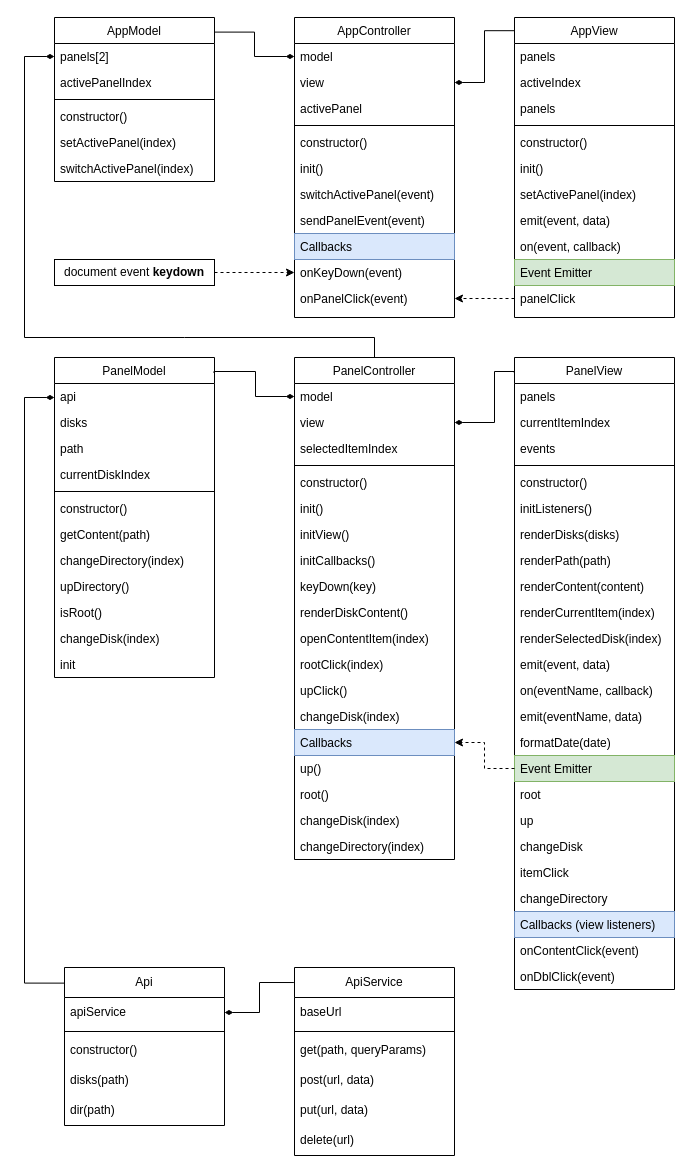
Nikolas321654/Hooli_Commander keeps this draw.io diagram as UML/HooliCommander.drawio. Above is the earlier version. Source tidied: cells renumbered, new cells numbered last; positions are measured from the earlier drawing's top-left corner, leaving out a move shared by most shapes. Both pictures are drawn from the tidied source at 100%, with x=0, y=0 at pixel (24, 17).
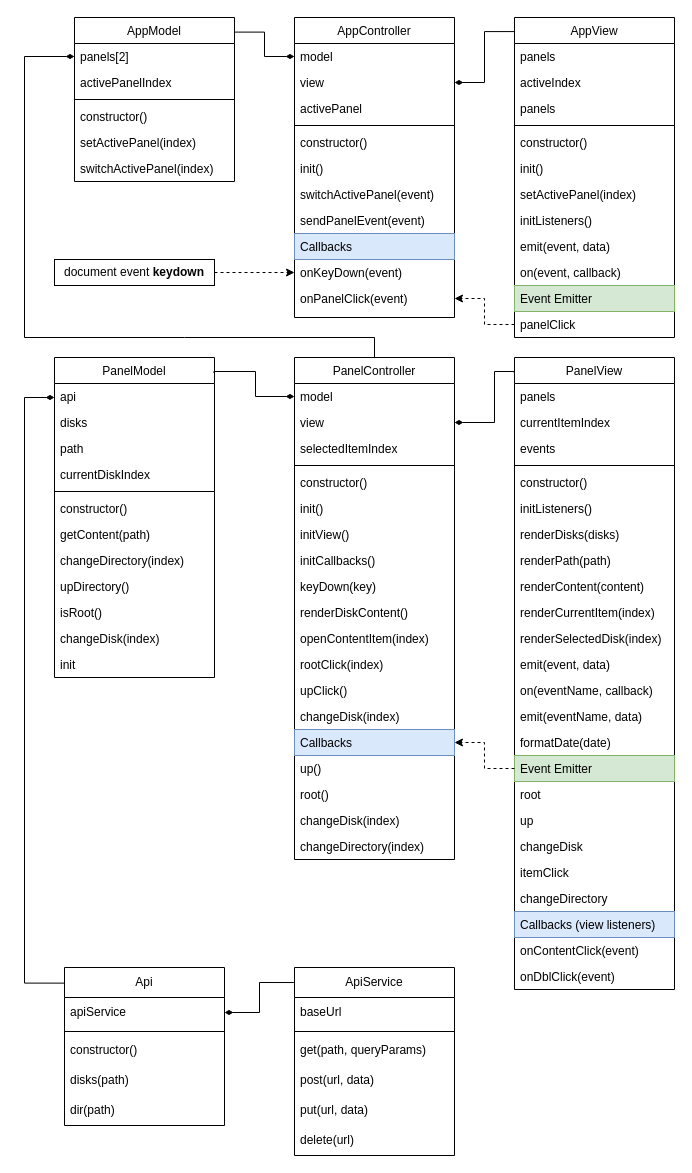
After the change.

Diff of the diagram source:
```diff
@@
     <mxCell id="14" value="AppView" style="swimlane;fontStyle=0;align=center;verticalAlign=top;horizontal=1;startSize=26;rounded=0;shadow=0;strokeWidth=1;" parent="1" vertex="1">
-      <mxGeometry x="490" width="160" height="300" as="geometry" />
+      <mxGeometry x="490" width="160" height="320" as="geometry" />
     </mxCell>
@@
+    <mxCell id="115" value="initListeners()" style="text;align=left;verticalAlign=top;spacingLeft=4;spacingRight=4;overflow=hidden;" parent="14" vertex="1">
+      <mxGeometry y="190" width="160" height="26" as="geometry" />
+    </mxCell>
     <mxCell id="22" value="emit(event, data)" style="text;align=left;verticalAlign=top;spacingLeft=4;spacingRight=4;overflow=hidden;" parent="14" vertex="1">
-      <mxGeometry y="190" width="160" height="26" as="geometry" />
+      <mxGeometry y="216" width="160" height="26" as="geometry" />
     </mxCell>
     <mxCell id="23" value="on(event, callback)" style="text;align=left;verticalAlign=top;spacingLeft=4;spacingRight=4;overflow=hidden;" parent="14" vertex="1">
-      <mxGeometry y="216" width="160" height="26" as="geometry" />
+      <mxGeometry y="242" width="160" height="26" as="geometry" />
     </mxCell>
     <mxCell id="24" value="Event Emitter" style="text;align=left;verticalAlign=top;spacingLeft=4;spacingRight=4;overflow=hidden;fillColor=#d5e8d4;strokeColor=#82b366;" parent="14" vertex="1">
-      <mxGeometry y="242" width="160" height="26" as="geometry" />
+      <mxGeometry y="268" width="160" height="26" as="geometry" />
     </mxCell>
     <mxCell id="25" value="panelClick" style="text;align=left;verticalAlign=top;spacingLeft=4;spacingRight=4;overflow=hidden;points=[[0,0.5],[1,0.5]];portConstraint=eastwest;" parent="14" vertex="1">
-      <mxGeometry y="268" width="160" height="26" as="geometry" />
+      <mxGeometry y="294" width="160" height="26" as="geometry" />
     </mxCell>
     <mxCell id="26" value="AppModel" style="swimlane;fontStyle=0;align=center;verticalAlign=top;horizontal=1;startSize=26;rounded=0;shadow=0;strokeWidth=1;" parent="1" vertex="1">
-      <mxGeometry x="30" width="160" height="164" as="geometry" />
+      <mxGeometry x="50" width="160" height="164" as="geometry" />
     </mxCell>
```
